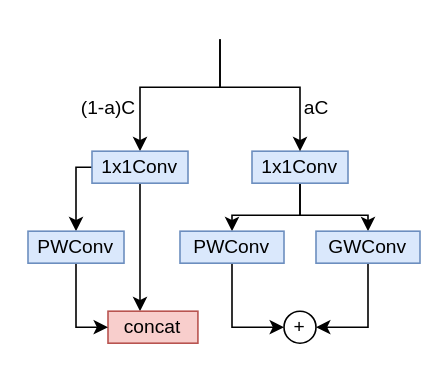
cvYouTian/Graph-of-Paper keeps this draw.io diagram as drawio/CRU.drawio. Above is the earlier version. Source tidied: cells renumbered, new cells numbered last; positions are measured from the earlier drawing's top-left corner, leaving out a move shared by most shapes. Both pictures are drawn from the tidied source at 160%, with x=0, y=0 at pixel (27, 38).
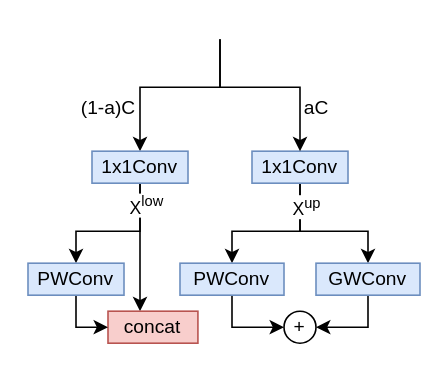
After the change.

Unchanged cells that the change refers to:
```xml
<mxCell id="5" value="1x1Conv" style="rounded=0;whiteSpace=wrap;html=1;fillColor=#dae8fc;strokeColor=#6c8ebf;" parent="1" vertex="1">
  <mxGeometry x="40" y="70" width="60" height="20" as="geometry" />
</mxCell>
<mxCell id="8" value="1x1Conv" style="rounded=0;whiteSpace=wrap;html=1;fillColor=#dae8fc;strokeColor=#6c8ebf;" parent="1" vertex="1">
  <mxGeometry x="140" y="70" width="60" height="20" as="geometry" />
</mxCell>
<mxCell id="19" value="+" style="ellipse;whiteSpace=wrap;html=1;" parent="1" vertex="1">
  <mxGeometry x="160" y="170" width="20" height="20" as="geometry" />
</mxCell>
```

Change to the diagram source:
```diff
@@
-    <mxCell id="4" style="edgeStyle=orthogonalEdgeStyle;rounded=0;jettySize=auto;html=1;exitX=0;exitY=0.5;exitDx=0;exitDy=0;entryX=0.5;entryY=0;entryDx=0;entryDy=0;" parent="1" edge="1" source="5" target="14">
+    <mxCell id="4" style="edgeStyle=orthogonalEdgeStyle;rounded=0;jettySize=auto;html=1;exitX=0.5;exitY=1;exitDx=0;exitDy=0;entryX=0.5;entryY=0;entryDx=0;entryDy=0;" parent="1" edge="1" source="5" target="14">
       <mxGeometry relative="1" as="geometry">
         <Array as="points">
-          <mxPoint x="30" y="80" />
+          <mxPoint x="70" y="120" />
+          <mxPoint x="30" y="120" />
         </Array>
       </mxGeometry>
     </mxCell>
+    <mxCell id="20" value="X&lt;sup&gt;low&lt;/sup&gt;" style="edgeLabel;html=1;align=center;verticalAlign=middle;" parent="4" vertex="1">
+      <mxGeometry x="-0.71" y="3" relative="1" as="geometry" />
+    </mxCell>
@@
     <mxCell id="6" style="edgeStyle=orthogonalEdgeStyle;rounded=0;jettySize=auto;html=1;exitX=0.5;exitY=1;exitDx=0;exitDy=0;entryX=0.5;entryY=0;entryDx=0;entryDy=0;" parent="1" edge="1" source="8" target="16">
-      <mxGeometry relative="1" as="geometry" />
+      <mxGeometry relative="1" as="geometry">
+        <Array as="points">
+          <mxPoint x="170" y="120" />
+          <mxPoint x="128" y="120" />
+        </Array>
+      </mxGeometry>
     </mxCell>
     <mxCell id="7" style="edgeStyle=orthogonalEdgeStyle;rounded=0;jettySize=auto;html=1;exitX=0.5;exitY=1;exitDx=0;exitDy=0;entryX=0.5;entryY=0;entryDx=0;entryDy=0;" parent="1" edge="1" source="8" target="18">
-      <mxGeometry relative="1" as="geometry" />
+      <mxGeometry relative="1" as="geometry">
+        <Array as="points">
+          <mxPoint x="170" y="120" />
+          <mxPoint x="213" y="120" />
+        </Array>
+      </mxGeometry>
     </mxCell>
+    <mxCell id="21" value="X&lt;sup&gt;up&lt;/sup&gt;" style="edgeLabel;html=1;align=center;verticalAlign=middle;" parent="7" vertex="1">
+      <mxGeometry x="-0.7" y="3" relative="1" as="geometry" />
+    </mxCell>
@@
     <mxCell id="14" value="PWConv" style="rounded=0;whiteSpace=wrap;html=1;fillColor=#dae8fc;strokeColor=#6c8ebf;" parent="1" vertex="1">
-      <mxGeometry y="120" width="60" height="20" as="geometry" />
+      <mxGeometry y="140" width="60" height="20" as="geometry" />
     </mxCell>
@@
     <mxCell id="16" value="PWConv" style="rounded=0;whiteSpace=wrap;html=1;fillColor=#dae8fc;strokeColor=#6c8ebf;" parent="1" vertex="1">
-      <mxGeometry x="95" y="120" width="65" height="20" as="geometry" />
+      <mxGeometry x="95" y="140" width="65" height="20" as="geometry" />
     </mxCell>
     <mxCell id="17" style="edgeStyle=orthogonalEdgeStyle;rounded=0;jettySize=auto;html=1;exitX=0.5;exitY=1;exitDx=0;exitDy=0;entryX=1;entryY=0.5;entryDx=0;entryDy=0;" parent="1" edge="1" source="18" target="19">
-      <mxGeometry relative="1" as="geometry" />
+      <mxGeometry relative="1" as="geometry">
+        <Array as="points">
+          <mxPoint x="213" y="180" />
+        </Array>
+      </mxGeometry>
     </mxCell>
     <mxCell id="18" value="GWConv" style="rounded=0;whiteSpace=wrap;html=1;fillColor=#dae8fc;strokeColor=#6c8ebf;" parent="1" vertex="1">
-      <mxGeometry x="180" y="120" width="65" height="20" as="geometry" />
+      <mxGeometry x="180" y="140" width="65" height="20" as="geometry" />
     </mxCell>
```
